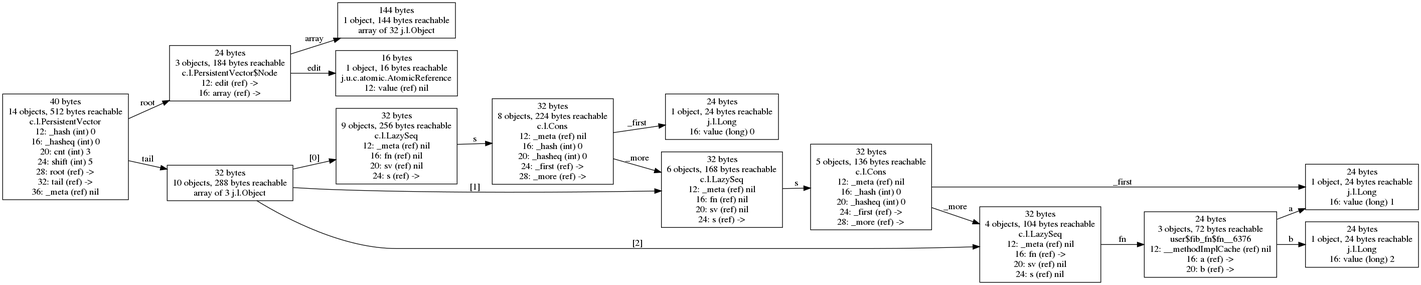
Earlier version of the Graphviz export doc/images/lazy-fib-seq-vector-of-nthrest.png (jafingerhut/cljol). Its source is kept beside it as doc/images/lazy-fib-seq-vector-of-nthrest.dot.
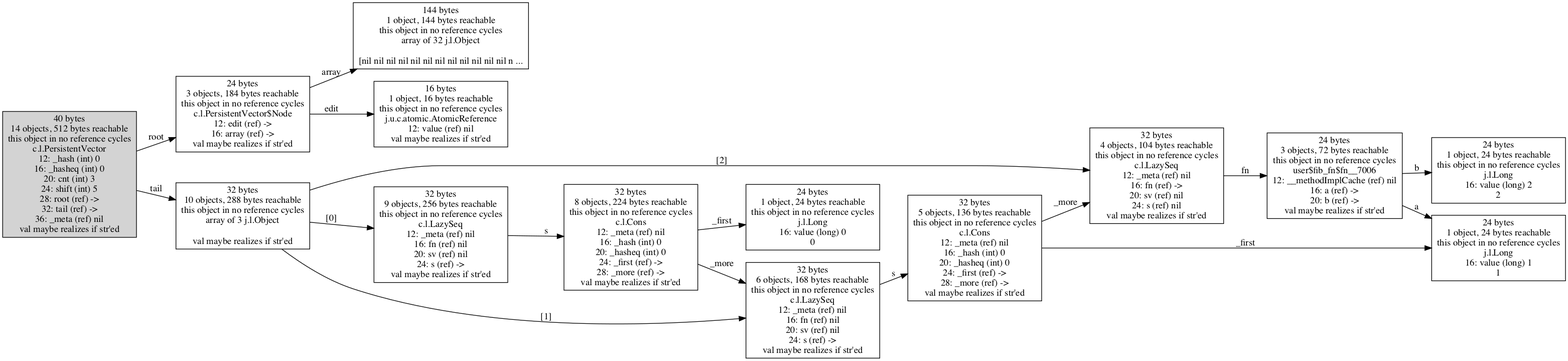
The same diagram one commit later.

The edit, as a diff of the source:
```diff
@@ -1,79 +1,94 @@
 digraph {
 graph [layout=dot,rankdir=LR];
-"26102496384" [label="24 bytes
-3 objects, 184 bytes reachable
-c.l.PersistentVector$Node
-12: edit (ref) ->
-16: array (ref) ->",shape=box];
-"26106721920" [label="24 bytes
+"28991464632" ["scc-num-nodes"=1,label="24 bytes
 1 object, 24 bytes reachable
+this object in no reference cycles
 j.l.Long
-16: value (long) 0",shape=box];
-"26124227456" [label="32 bytes
+16: value (long) 2
+2",shape=box];
+"32269421896" ["scc-num-nodes"=1,label="24 bytes
+3 objects, 72 bytes reachable
+this object in no reference cycles
+user$fib_fn$fn__7006
+12: __methodImplCache (ref) nil
+16: a (ref) ->
+20: b (ref) ->
+val maybe realizes if str'ed",shape=box];
+"28991406664" ["scc-num-nodes"=1,label="24 bytes
+1 object, 24 bytes reachable
+this object in no reference cycles
+j.l.Long
+16: value (long) 0
+0",shape=box];
+"32269421736" ["scc-num-nodes"=1,label="32 bytes
 9 objects, 256 bytes reachable
+this object in no reference cycles
 c.l.LazySeq
 12: _meta (ref) nil
 16: fn (ref) nil
 20: sv (ref) nil
-24: s (ref) ->",shape=box];
-"26102496704" [label="144 bytes
-1 object, 144 bytes reachable
-array of 32 j.l.Object
-",shape=box];
-"26102850176" [label="24 bytes
+24: s (ref) ->
+val maybe realizes if str'ed",shape=box];
+"32269421864" ["scc-num-nodes"=1,label="32 bytes
+4 objects, 104 bytes reachable
+this object in no reference cycles
+c.l.LazySeq
+12: _meta (ref) nil
+16: fn (ref) ->
+20: sv (ref) nil
+24: s (ref) nil
+val maybe realizes if str'ed",shape=box];
+"28991464656" ["scc-num-nodes"=1,label="24 bytes
 1 object, 24 bytes reachable
+this object in no reference cycles
 j.l.Long
-16: value (long) 1",shape=box];
-"31713887808" [label="32 bytes
+16: value (long) 1
+1",shape=box];
+"28992354792" ["scc-num-nodes"=1,label="16 bytes
+1 object, 16 bytes reachable
+this object in no reference cycles
+j.u.c.atomic.AtomicReference
+12: value (ref) nil
+val maybe realizes if str'ed",shape=box];
+"28991038320" ["scc-num-nodes"=1,label="24 bytes
+3 objects, 184 bytes reachable
+this object in no reference cycles
+c.l.PersistentVector$Node
+12: edit (ref) ->
+16: array (ref) ->
+val maybe realizes if str'ed",shape=box];
+"32269421800" ["scc-num-nodes"=1,label="32 bytes
 6 objects, 168 bytes reachable
+this object in no reference cycles
 c.l.LazySeq
 12: _meta (ref) nil
 16: fn (ref) nil
 20: sv (ref) nil
-24: s (ref) ->",shape=box];
-"31713888256" [label="32 bytes
-8 objects, 224 bytes reachable
+24: s (ref) ->
+val maybe realizes if str'ed",shape=box];
+"32269421832" ["scc-num-nodes"=1,label="32 bytes
+5 objects, 136 bytes reachable
+this object in no reference cycles
 c.l.Cons
 12: _meta (ref) nil
 16: _hash (int) 0
 20: _hasheq (int) 0
 24: _first (ref) ->
-28: _more (ref) ->",shape=box];
-"31809817088" [label="24 bytes
-3 objects, 72 bytes reachable
-user$fib_fn$fn__6376
-12: __methodImplCache (ref) nil
-16: a (ref) ->
-20: b (ref) ->",shape=box];
-"31883972928" [label="32 bytes
-10 objects, 288 bytes reachable
-array of 3 j.l.Object
-",shape=box];
-"31809816832" [label="32 bytes
-4 objects, 104 bytes reachable
-c.l.LazySeq
-12: _meta (ref) nil
-16: fn (ref) ->
-20: sv (ref) nil
-24: s (ref) nil",shape=box];
-"31809817280" [label="32 bytes
-5 objects, 136 bytes reachable
+28: _more (ref) ->
+val maybe realizes if str'ed",shape=box];
+"32269421768" ["scc-num-nodes"=1,label="32 bytes
+8 objects, 224 bytes reachable
+this object in no reference cycles
 c.l.Cons
 12: _meta (ref) nil
 16: _hash (int) 0
 20: _hasheq (int) 0
 24: _first (ref) ->
-28: _more (ref) ->",shape=box];
-"26102849984" [label="24 bytes
-1 object, 24 bytes reachable
-j.l.Long
-16: value (long) 2",shape=box];
-"26102496576" [label="16 bytes
-1 object, 16 bytes reachable
-j.u.c.atomic.AtomicReference
-12: value (ref) nil",shape=box];
-"31883973184" [label="40 bytes
+28: _more (ref) ->
+val maybe realizes if str'ed",shape=box];
+"31894064520" ["scc-num-nodes"=1,style=filled,label="40 bytes
 14 objects, 512 bytes reachable
+this object in no reference cycles
 c.l.PersistentVector
 12: _hash (int) 0
 16: _hasheq (int) 0
@@ -81,21 +96,34 @@
 24: shift (int) 5
 28: root (ref) ->
 32: tail (ref) ->
-36: _meta (ref) nil",shape=box];
-"26102496384" -> "26102496576" ["field-name"=edit,label=edit];
-"26102496384" -> "26102496704" ["field-name"=array,label=array];
-"26124227456" -> "31713888256" ["field-name"=s,label=s];
-"31713887808" -> "31809817280" ["field-name"=s,label=s];
-"31713888256" -> "26106721920" ["field-name"=_first,label=_first];
-"31713888256" -> "31713887808" ["field-name"=_more,label=_more];
-"31809817088" -> "26102850176" ["field-name"=a,label=a];
-"31809817088" -> "26102849984" ["field-name"=b,label=b];
-"31883972928" -> "26124227456" ["field-name"="[0]",label="[0]"];
-"31883972928" -> "31713887808" ["field-name"="[1]",label="[1]"];
-"31883972928" -> "31809816832" ["field-name"="[2]",label="[2]"];
-"31809816832" -> "31809817088" ["field-name"=fn,label=fn];
-"31809817280" -> "26102850176" ["field-name"=_first,label=_first];
-"31809817280" -> "31809816832" ["field-name"=_more,label=_more];
-"31883973184" -> "26102496384" ["field-name"=root,label=root];
-"31883973184" -> "31883972928" ["field-name"=tail,label=tail];
+36: _meta (ref) nil
+val maybe realizes if str'ed",shape=box];
+"31894064488" ["scc-num-nodes"=1,label="32 bytes
+10 objects, 288 bytes reachable
+this object in no reference cycles
+array of 3 j.l.Object
+
+val maybe realizes if str'ed",shape=box];
+"28996845768" ["scc-num-nodes"=1,label="144 bytes
+1 object, 144 bytes reachable
+this object in no reference cycles
+array of 32 j.l.Object
+
+[nil nil nil nil nil nil nil nil nil nil nil nil n ...",shape=box];
+"32269421896" -> "28991464656" ["field-name"=a,label=a];
+"32269421896" -> "28991464632" ["field-name"=b,label=b];
+"32269421736" -> "32269421768" ["field-name"=s,label=s];
+"32269421864" -> "32269421896" ["field-name"=fn,label=fn];
+"28991038320" -> "28992354792" ["field-name"=edit,label=edit];
+"28991038320" -> "28996845768" ["field-name"=array,label=array];
+"32269421800" -> "32269421832" ["field-name"=s,label=s];
+"32269421832" -> "28991464656" ["field-name"=_first,label=_first];
+"32269421832" -> "32269421864" ["field-name"=_more,label=_more];
+"32269421768" -> "28991406664" ["field-name"=_first,label=_first];
+"32269421768" -> "32269421800" ["field-name"=_more,label=_more];
+"31894064520" -> "28991038320" ["field-name"=root,label=root];
+"31894064520" -> "31894064488" ["field-name"=tail,label=tail];
+"31894064488" -> "32269421736" ["field-name"="[0]",label="[0]"];
+"31894064488" -> "32269421800" ["field-name"="[1]",label="[1]"];
+"31894064488" -> "32269421864" ["field-name"="[2]",label="[2]"];
 }
```
